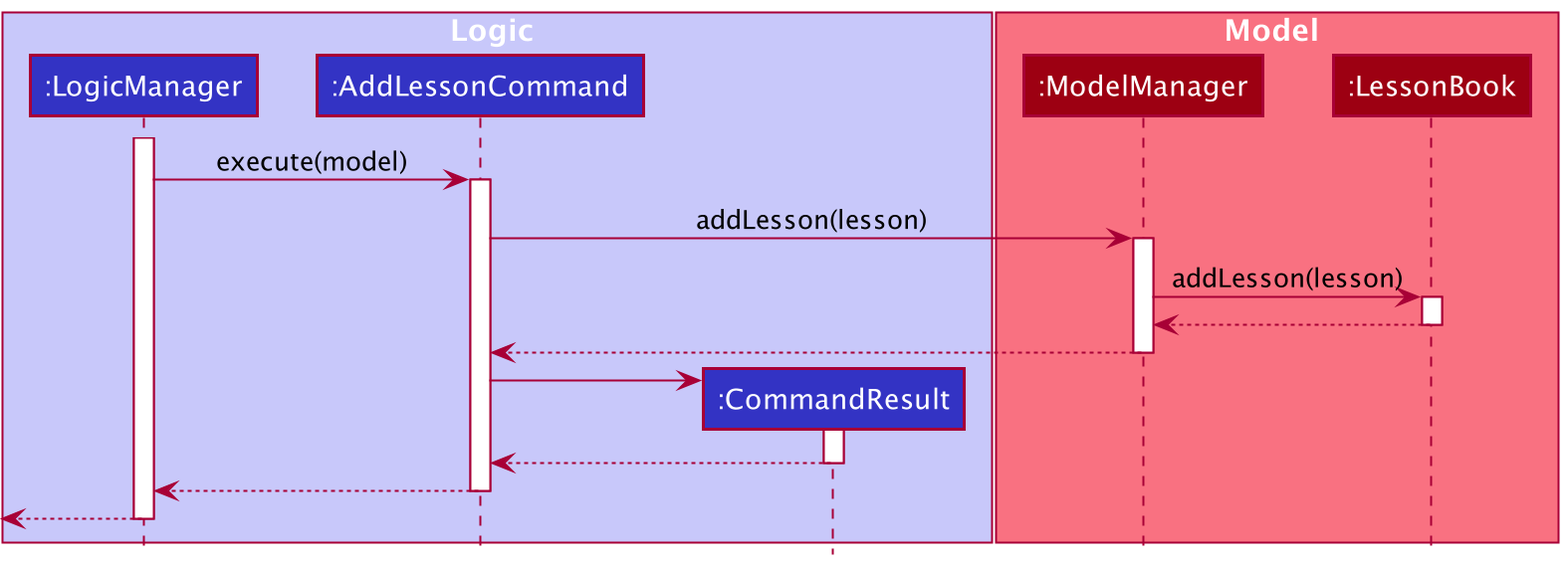
Before: docs/images/AddLessonSequenceDiagram.png, a diagram exported from PlantUML (nus-cs2103-AY2122S1/tp).
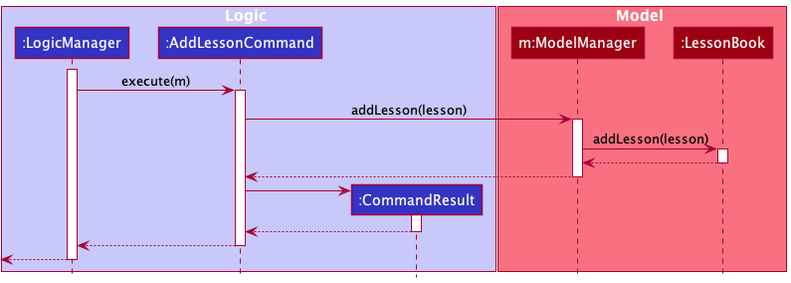
After the change.

What changed in the source:
```diff
@@ -8,13 +8,13 @@
 end box
 
 box Model MODEL_COLOR_T1
-participant ":ModelManager" as ModelManager MODEL_COLOR
+participant "m:ModelManager" as ModelManager MODEL_COLOR
 participant ":LessonBook" as LessonBook MODEL_COLOR
 end box
 
 activate LogicManager
 
-LogicManager -> AddLessonCommand : execute(model)
+LogicManager -> AddLessonCommand : execute(m)
 activate AddLessonCommand
 
 AddLessonCommand -> ModelManager : addLesson(lesson)
```
